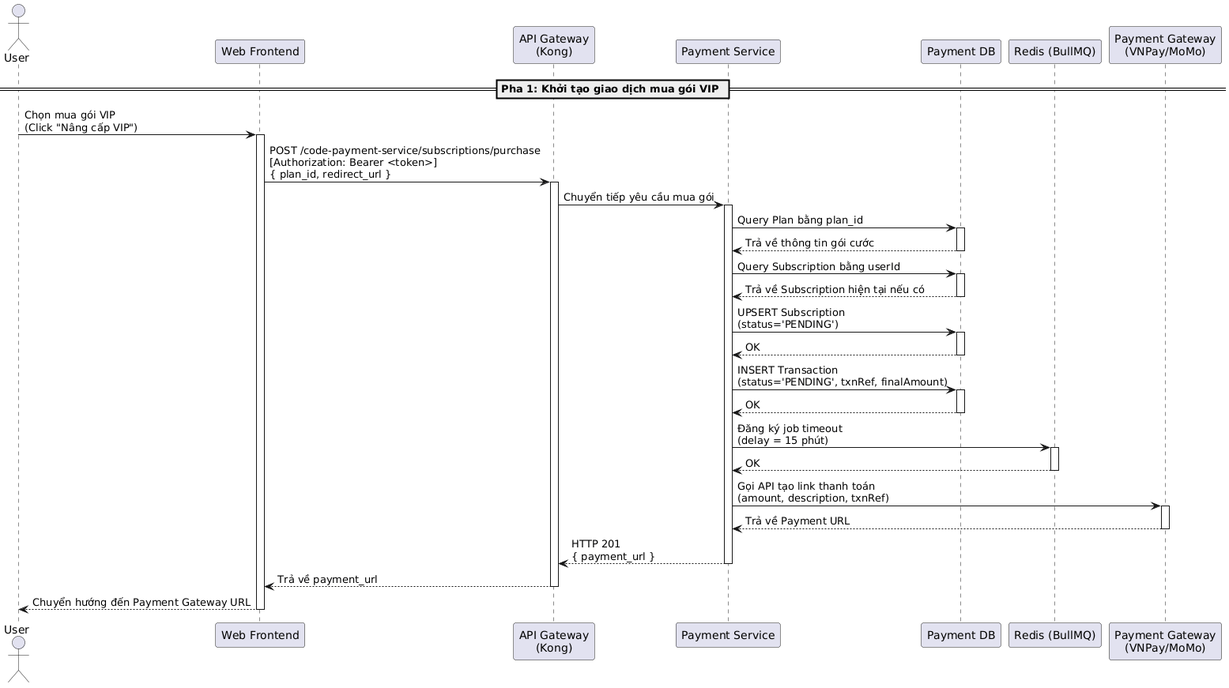
Before: temp/05-sequence/UML-Sequence-29.png, a diagram exported from PlantUML (20206205Tech/docs-uml).
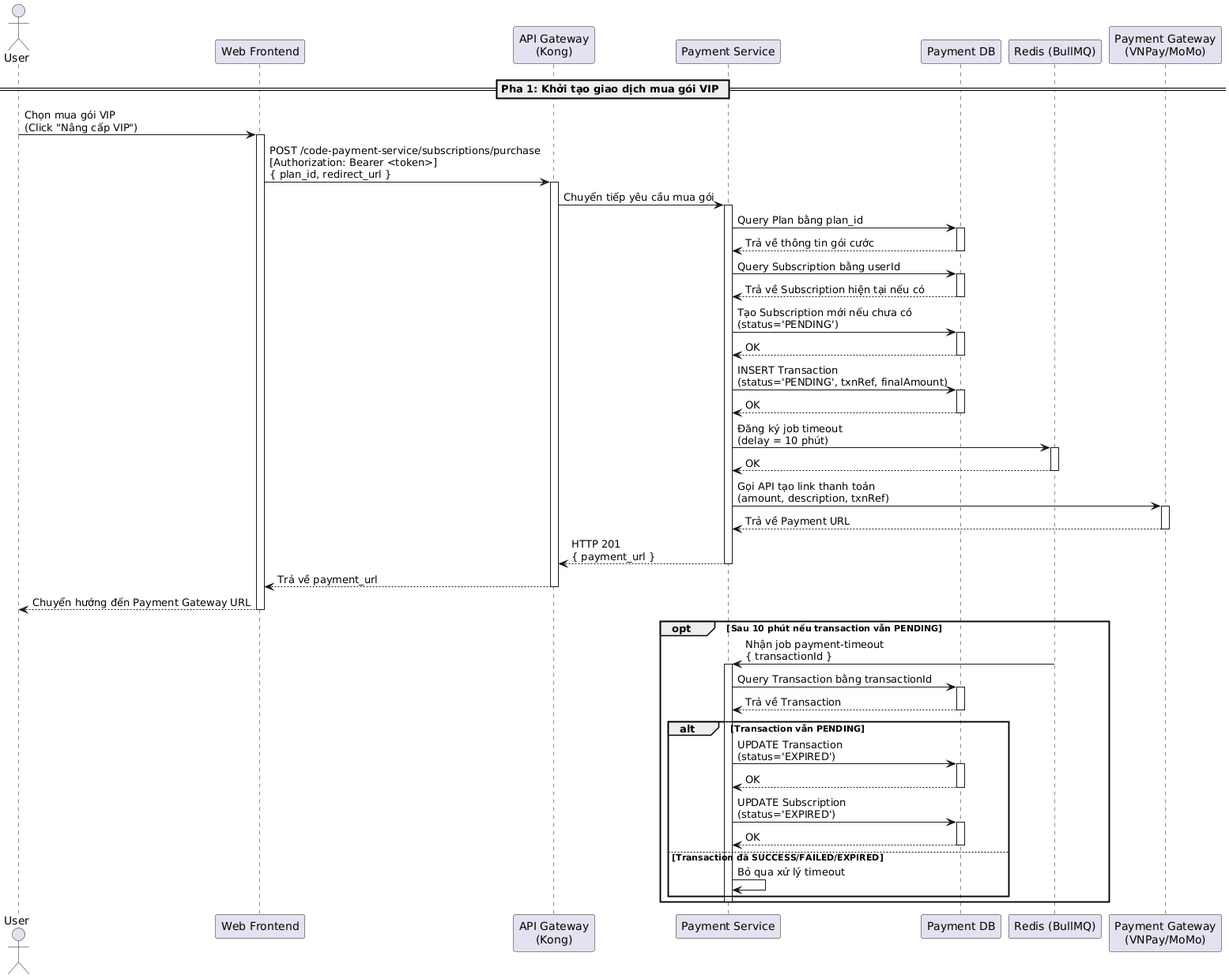
The same diagram one commit later.

Change to the diagram source:
```diff
@@ -1,5 +1,4 @@
 @startuml
-
 actor "User" as User
 participant "Web Frontend" as Frontend
 participant "API Gateway\n(Kong)" as Kong
@@ -27,7 +26,7 @@
 DB --> PaymentService: Trả về Subscription hiện tại nếu có
 deactivate DB
 
-PaymentService -> DB: UPSERT Subscription\n(status='PENDING')
+PaymentService -> DB: Tạo Subscription mới nếu chưa có\n(status='PENDING')
 activate DB
 DB --> PaymentService: OK
 deactivate DB
@@ -37,7 +36,7 @@
 DB --> PaymentService: OK
 deactivate DB
 
-PaymentService -> Redis: Đăng ký job timeout\n(delay = 15 phút)
+PaymentService -> Redis: Đăng ký job timeout\n(delay = 10 phút)
 activate Redis
 Redis --> PaymentService: OK
 deactivate Redis
@@ -53,4 +52,27 @@
 deactivate Kong
 Frontend --> User: Chuyển hướng đến Payment Gateway URL
 deactivate Frontend
+
+opt Sau 10 phút nếu transaction vẫn PENDING
+Redis -> PaymentService: Nhận job payment-timeout\n{ transactionId }
+activate PaymentService
+PaymentService -> DB: Query Transaction bằng transactionId
+activate DB
+DB --> PaymentService: Trả về Transaction
+deactivate DB
+
+alt Transaction vẫn PENDING
+PaymentService -> DB: UPDATE Transaction\n(status='EXPIRED')
+activate DB
+DB --> PaymentService: OK
+deactivate DB
+PaymentService -> DB: UPDATE Subscription\n(status='EXPIRED')
+activate DB
+DB --> PaymentService: OK
+deactivate DB
+else Transaction đã SUCCESS/FAILED/EXPIRED
+PaymentService -> PaymentService: Bỏ qua xử lý timeout
+end
+deactivate PaymentService
+end
 @enduml
```
